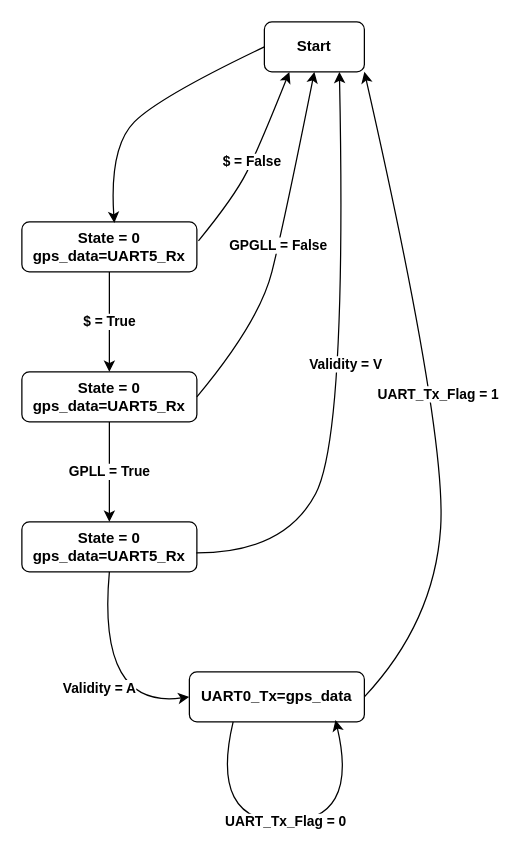
Above: Embedded_Sys_GPS_Project/EmbSys_Project_Report/embsys_miniproject_drawio/GPS_StateFlow.drawio in AdityaShirodkar-IITDh/ESLab2023_ee23dpmsG11 (draw.io), before the change. Source tidied: cells renumbered, new cells numbered last; positions are measured from the earlier drawing's top-left corner, leaving out a move shared by most shapes. Both pictures are drawn from the tidied source at 125%, with x=0, y=0 at pixel (21, 21).
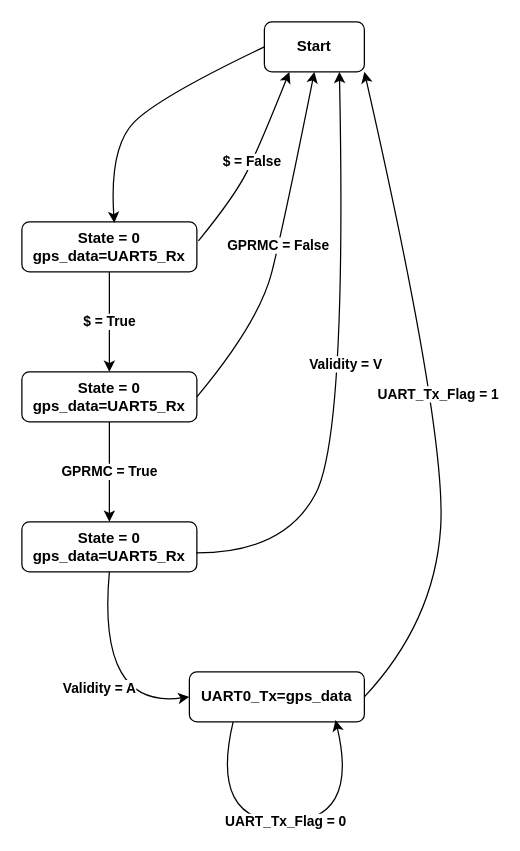
The same page after the edit.

Unchanged cells that the change refers to:
```xml
<mxCell id="2" value="&lt;b&gt;Start&lt;/b&gt;" style="rounded=1;whiteSpace=wrap;html=1;" parent="1" vertex="1">
  <mxGeometry x="194" width="80" height="40" as="geometry" />
</mxCell>
<mxCell id="4" value="&lt;b&gt;State = 0&lt;br&gt;gps_data=UART5_Rx&lt;/b&gt;" style="rounded=1;whiteSpace=wrap;html=1;" parent="1" vertex="1">
  <mxGeometry y="280" width="140" height="40" as="geometry" />
</mxCell>
<mxCell id="5" value="&lt;b&gt;State = 0&lt;br&gt;gps_data=UART5_Rx&lt;/b&gt;" style="rounded=1;whiteSpace=wrap;html=1;" parent="1" vertex="1">
  <mxGeometry y="400" width="140" height="40" as="geometry" />
</mxCell>
```

Diff of the diagram source:
```diff
@@
-    <mxCell id="9" value="&lt;b&gt;GPLL = True&lt;/b&gt;" style="endArrow=classic;html=1;rounded=0;exitX=0.5;exitY=1;exitDx=0;exitDy=0;entryX=0.5;entryY=0;entryDx=0;entryDy=0;" parent="1" edge="1" source="4" target="5">
+    <mxCell id="9" value="&lt;b&gt;GPRMC = True&lt;/b&gt;" style="endArrow=classic;html=1;rounded=0;exitX=0.5;exitY=1;exitDx=0;exitDy=0;entryX=0.5;entryY=0;entryDx=0;entryDy=0;" parent="1" edge="1" source="4" target="5">
       <mxGeometry relative="1" as="geometry" />
     </mxCell>
@@
-    <mxCell id="12" value="&lt;b&gt;GPGLL = False&lt;/b&gt;" style="curved=1;endArrow=classic;html=1;rounded=0;strokeWidth=1;exitX=1;exitY=0.5;exitDx=0;exitDy=0;entryX=0.5;entryY=1;entryDx=0;entryDy=0;" parent="1" edge="1" source="4" target="2">
+    <mxCell id="12" value="&lt;b&gt;GPRMC = False&lt;/b&gt;" style="curved=1;endArrow=classic;html=1;rounded=0;strokeWidth=1;exitX=1;exitY=0.5;exitDx=0;exitDy=0;entryX=0.5;entryY=1;entryDx=0;entryDy=0;" parent="1" edge="1" source="4" target="2">
       <mxGeometry relative="1" as="geometry">
         <Array as="points">
           <mxPoint x="190" y="240" />
           <mxPoint x="210" y="160" />
         </Array>
       </mxGeometry>
     </mxCell>
```
